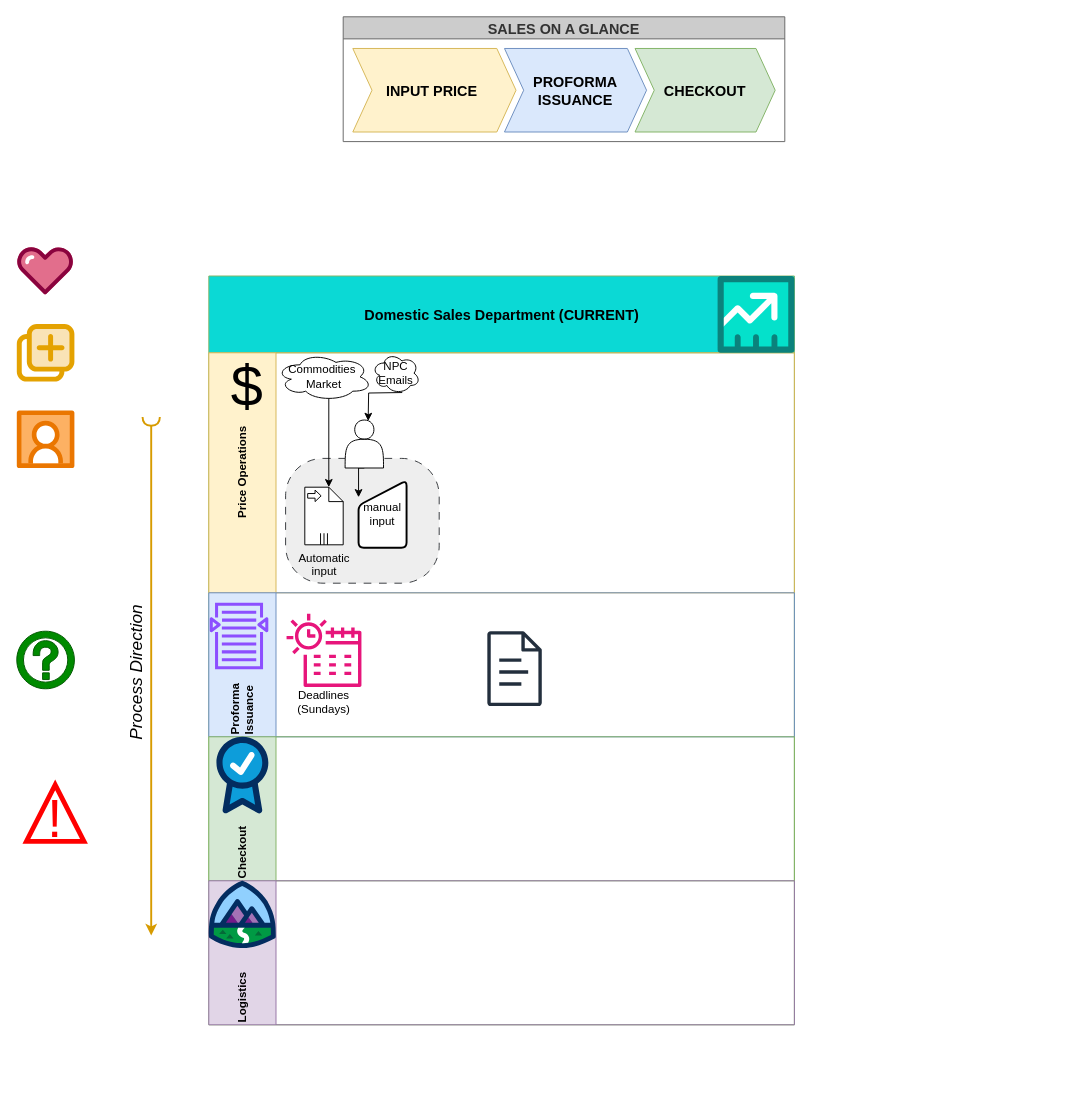
anonymoustafa/arpc-pd keeps this draw.io diagram as Untitled Diagram.drawio. Above is the earlier version. Source tidied: cells renumbered, new cells numbered last; positions are measured from the earlier drawing's top-left corner, leaving out a move shared by most shapes. Both pictures are drawn from the tidied source at 96%, with x=0, y=0 at pixel (16, 16). Pictures stored in the file or linked from it are replaced by grey dashed boxes.
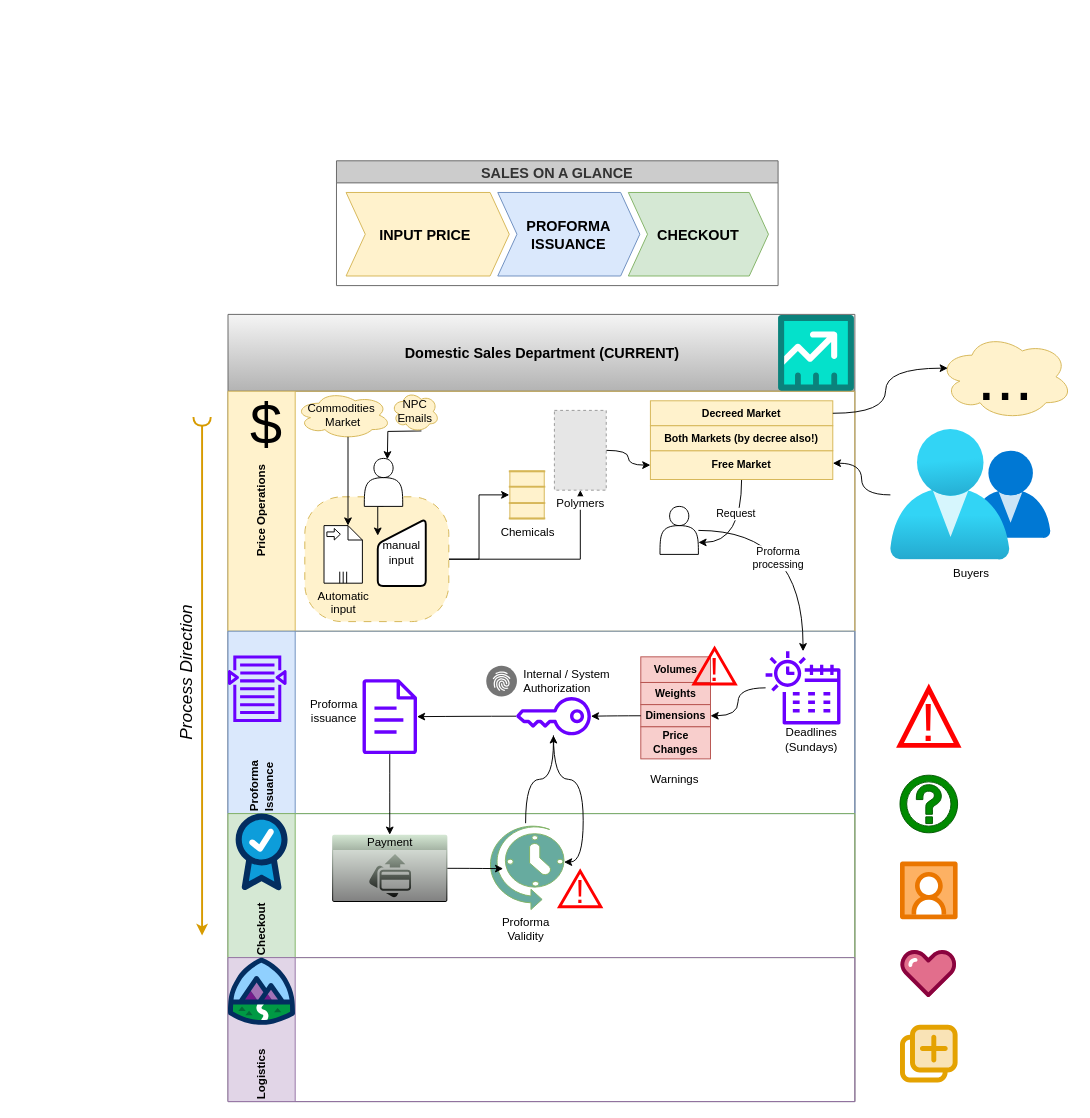
The same page after the edit.

The edit, as a diff of the source:
```diff
@@
-    <mxCell id="2" value="Domestic Sales Department (CURRENT)" style="swimlane;html=1;horizontal=1;startSize=80;rounded=0;shadow=0;labelBackgroundColor=none;strokeWidth=1;fontFamily=Helvetica;fontSize=15;align=center;fillColor=#0BD9D5;strokeColor=#82b366;" parent="1" vertex="1">
-      <mxGeometry x="200" y="270" width="610" height="780" as="geometry" />
+    <mxCell id="2" value="Domestic Sales Department (CURRENT)" style="swimlane;html=1;horizontal=1;startSize=80;rounded=0;shadow=0;labelBackgroundColor=none;strokeWidth=1;fontFamily=Helvetica;fontSize=15;align=center;fillColor=#f5f5f5;strokeColor=#666666;gradientColor=#b3b3b3;" parent="1" vertex="1">
+      <mxGeometry x="220" y="310" width="653" height="820" as="geometry" />
     </mxCell>
     <mxCell id="3" value="Price Operations" style="swimlane;html=1;startSize=70;horizontal=0;fillColor=#fff2cc;strokeColor=#d6b656;swimlaneFillColor=none;glass=0;rounded=0;shadow=0;" parent="2" vertex="1">
-      <mxGeometry y="80" width="610" height="250" as="geometry" />
+      <mxGeometry y="80" width="653" height="250" as="geometry" />
     </mxCell>
+    <mxCell id="38" style="edgeStyle=orthogonalEdgeStyle;rounded=0;jettySize=auto;html=1;exitX=1;exitY=0.5;exitDx=0;exitDy=0;" parent="3" edge="1" source="4" target="45">
+      <mxGeometry relative="1" as="geometry" />
+    </mxCell>
+    <mxCell id="39" style="edgeStyle=orthogonalEdgeStyle;rounded=0;jettySize=auto;html=1;exitX=1;exitY=0.5;exitDx=0;exitDy=0;" parent="3" edge="1" source="4" target="47">
+      <mxGeometry relative="1" as="geometry" />
+    </mxCell>
-    <mxCell id="4" style="rounded=1;whiteSpace=wrap;html=1;dashed=1;dashPattern=8 8;fillColor=#eeeeee;strokeColor=#36393d;arcSize=30;" parent="3" vertex="1">
-      <mxGeometry x="80" y="110" width="160" height="130" as="geometry" />
+    <mxCell id="4" style="rounded=1;whiteSpace=wrap;html=1;dashed=1;dashPattern=8 8;fillColor=#fff2cc;strokeColor=#d6b656;arcSize=30;" parent="3" vertex="1">
+      <mxGeometry x="80" y="110" width="150" height="130" as="geometry" />
     </mxCell>
-    <mxCell id="5" value="Commodities&amp;nbsp;&lt;div&gt;Market&lt;/div&gt;" style="ellipse;shape=cloud;whiteSpace=wrap;html=1;align=center;" parent="3" vertex="1">
+    <mxCell id="5" value="Commodities&amp;nbsp;&lt;div&gt;Market&lt;/div&gt;" style="ellipse;shape=cloud;whiteSpace=wrap;html=1;align=center;fillColor=#fff2cc;strokeColor=#d6b656;" parent="3" vertex="1">
       <mxGeometry x="70" width="100" height="50" as="geometry" />
     </mxCell>
@@
-    <mxCell id="9" value="&lt;div&gt;NPC&lt;/div&gt;&lt;div&gt;Emails&lt;/div&gt;" style="ellipse;shape=cloud;whiteSpace=wrap;html=1;align=center;" parent="3" vertex="1">
+    <mxCell id="9" value="&lt;div&gt;NPC&lt;/div&gt;&lt;div&gt;Emails&lt;/div&gt;" style="ellipse;shape=cloud;whiteSpace=wrap;html=1;align=center;fillColor=#fff2cc;strokeColor=#d6b656;" parent="3" vertex="1">
       <mxGeometry x="170" width="50" height="42.5" as="geometry" />
     </mxCell>
@@
+    <mxCell id="40" style="edgeStyle=orthogonalEdgeStyle;rounded=0;jettySize=auto;html=1;entryX=1;entryY=0.75;entryDx=0;entryDy=0;curved=1;" parent="3" edge="1" source="42" target="48">
+      <mxGeometry relative="1" as="geometry" />
+    </mxCell>
+    <mxCell id="41" value="Request" style="edgeLabel;html=1;align=center;verticalAlign=middle;" parent="40" vertex="1">
+      <mxGeometry x="-0.37" y="-7" relative="1" as="geometry" />
+    </mxCell>
+    <mxCell id="42" value="Free Market" style="strokeColor=inherit;fillColor=inherit;gradientColor=inherit;strokeWidth=1;shadow=0;dashed=0;align=center;html=1;shape=mxgraph.mockup.containers.rrect;rSize=0;fontSize=11;fontColor=#000000;fontStyle=1;whiteSpace=wrap;" parent="3" vertex="1">
+      <mxGeometry x="440" y="62" width="190" height="30" as="geometry" />
+    </mxCell>
+    <mxCell id="43" value="Decreed Market" style="strokeColor=inherit;fillColor=inherit;gradientColor=inherit;strokeWidth=1;shadow=0;dashed=0;align=center;html=1;shape=mxgraph.mockup.containers.rrect;rSize=0;fontSize=11;fontColor=#000000;fontStyle=1;whiteSpace=wrap;" parent="3" vertex="1">
+      <mxGeometry x="440" y="10" width="190" height="26" as="geometry" />
+    </mxCell>
+    <mxCell id="44" value="Both Markets (by decree also!)" style="strokeColor=inherit;fillColor=inherit;gradientColor=inherit;strokeWidth=1;shadow=0;dashed=0;align=center;html=1;shape=mxgraph.mockup.containers.rrect;rSize=0;fontSize=11;fontColor=#000000;fontStyle=1;whiteSpace=wrap;" parent="3" vertex="1">
+      <mxGeometry x="440" y="36" width="190" height="26" as="geometry" />
+    </mxCell>
+    <mxCell id="45" value="Chemicals" style="shape=mxgraph.pid.vessels.barrel,_drum;html=1;align=center;verticalLabelPosition=bottom;verticalAlign=top;dashed=0;fillColor=#fff2cc;strokeColor=#d6b656;" parent="3" vertex="1">
+      <mxGeometry x="293" y="83" width="37" height="50" as="geometry" />
+    </mxCell>
+    <mxCell id="46" style="edgeStyle=orthogonalEdgeStyle;rounded=0;jettySize=auto;html=1;curved=1;" parent="3" edge="1" source="47" target="42">
+      <mxGeometry relative="1" as="geometry" />
+    </mxCell>
+    <mxCell id="47" value="Polymers" style="fillColor=#E6E6E6;strokeColor=#999999;dashed=1;html=1;verticalLabelPosition=bottom;labelBackgroundColor=#ffffff;verticalAlign=top;" parent="3" vertex="1">
+      <mxGeometry x="340" y="20" width="54" height="83.1" as="geometry" />
+    </mxCell>
+    <mxCell id="48" style="shape=actor;whiteSpace=wrap;html=1;" parent="3" vertex="1">
+      <mxGeometry x="450" y="120" width="40" height="50" as="geometry" />
+    </mxCell>
     <mxCell id="14" value="Proforma&amp;nbsp;&lt;div&gt;Issuance&lt;/div&gt;" style="swimlane;html=1;startSize=70;horizontal=0;fillColor=#dae8fc;strokeColor=#6c8ebf;align=left;" parent="2" vertex="1">
-      <mxGeometry y="330" width="610" height="150" as="geometry" />
+      <mxGeometry y="330" width="653" height="190" as="geometry" />
     </mxCell>
-    <mxCell id="15" style="group;" parent="14" vertex="1">
-      <mxGeometry x="81" y="21" width="78" height="108" as="geometry" />
-    </mxCell>
+    <mxCell id="18" style="sketch=0;fontColor=#ffffff;fillColor=#6a00ff;strokeColor=#3700CC;dashed=0;verticalLabelPosition=bottom;verticalAlign=top;align=center;html=1;fontSize=12;fontStyle=0;shape=mxgraph.aws4.search_documents;" parent="14" vertex="1">
+      <mxGeometry y="25" width="61" height="70" as="geometry" />
+    </mxCell>
+    <mxCell id="19" style="sketch=0;outlineConnect=0;fillColor=#6a00ff;strokeColor=#3700CC;dashed=0;verticalLabelPosition=bottom;verticalAlign=top;align=center;html=1;fontSize=12;fontStyle=0;shape=mxgraph.aws4.document;fontColor=#ffffff;" parent="14" vertex="1">
+      <mxGeometry x="140" y="50" width="57" height="78" as="geometry" />
+    </mxCell>
+    <mxCell id="49" style="group;" parent="14" vertex="1">
+      <mxGeometry x="560" y="20" width="78" height="108" as="geometry" />
+    </mxCell>
-    <mxCell id="16" style="sketch=0;outlineConnect=0;fontColor=#232F3E;gradientColor=none;fillColor=#E7157B;strokeColor=none;dashed=0;verticalLabelPosition=bottom;verticalAlign=top;align=center;html=1;fontSize=12;fontStyle=0;shape=mxgraph.aws4.eventbridge_scheduler;" parent="15" vertex="1">
+    <mxCell id="16" style="sketch=0;outlineConnect=0;fillColor=#6a00ff;strokeColor=#3700CC;dashed=0;verticalLabelPosition=bottom;verticalAlign=top;align=center;html=1;fontSize=12;fontStyle=0;shape=mxgraph.aws4.eventbridge_scheduler;fontFamily=Helvetica;fontColor=#ffffff;" parent="49" vertex="1">
       <mxGeometry width="78" height="78" as="geometry" />
     </mxCell>
-    <mxCell id="17" value="Deadlines (Sundays)" style="text;html=1;align=center;verticalAlign=middle;whiteSpace=wrap;rounded=0;" parent="15" vertex="1">
-      <mxGeometry x="9" y="78" width="60" height="30" as="geometry" />
+    <mxCell id="17" value="Deadlines (Sundays)" style="text;html=1;align=center;verticalAlign=middle;whiteSpace=wrap;rounded=0;" parent="49" vertex="1">
+      <mxGeometry x="18" y="78" width="60" height="30" as="geometry" />
     </mxCell>
-    <mxCell id="18" style="sketch=0;fontColor=#232F3E;gradientColor=none;fillColor=#8C4FFF;strokeColor=none;dashed=0;verticalLabelPosition=bottom;verticalAlign=top;align=center;html=1;fontSize=12;fontStyle=0;shape=mxgraph.aws4.search_documents;" parent="14" vertex="1">
-      <mxGeometry x="1" y="10" width="61" height="70" as="geometry" />
-    </mxCell>
-    <mxCell id="19" style="sketch=0;outlineConnect=0;fontColor=#232F3E;gradientColor=none;fillColor=#232F3D;strokeColor=none;dashed=0;verticalLabelPosition=bottom;verticalAlign=top;align=center;html=1;fontSize=12;fontStyle=0;shape=mxgraph.aws4.document;" parent="14" vertex="1">
-      <mxGeometry x="290" y="40" width="57" height="78" as="geometry" />
-    </mxCell>
+    <mxCell id="50" style="group;" parent="14" vertex="1">
+      <mxGeometry x="440" y="18" width="110" height="123.4" as="geometry" />
+    </mxCell>
+    <mxCell id="51" value="Volumes" style="strokeColor=#b85450;fillColor=#f8cecc;strokeWidth=1;shadow=0;dashed=0;align=center;html=1;shape=mxgraph.mockup.containers.rrect;rSize=0;fontSize=11;fontStyle=1;whiteSpace=wrap;" parent="50" vertex="1">
+      <mxGeometry x="-10" y="8.7" width="72.6" height="26.7" as="geometry" />
+    </mxCell>
+    <mxCell id="52" value="Weights" style="strokeColor=#b85450;fillColor=#f8cecc;strokeWidth=1;shadow=0;dashed=0;align=center;html=1;shape=mxgraph.mockup.containers.rrect;rSize=0;fontSize=11;fontStyle=1;whiteSpace=wrap;" parent="50" vertex="1">
+      <mxGeometry x="-10" y="35.4" width="72.6" height="23.1" as="geometry" />
+    </mxCell>
+    <mxCell id="53" value="Dimensions" style="strokeColor=#b85450;fillColor=#f8cecc;strokeWidth=1;shadow=0;dashed=0;align=center;html=1;shape=mxgraph.mockup.containers.rrect;rSize=0;fontSize=11;fontStyle=1;whiteSpace=wrap;" parent="50" vertex="1">
+      <mxGeometry x="-10" y="58.5" width="72.6" height="23.1" as="geometry" />
+    </mxCell>
+    <mxCell id="54" style="group;fillColor=none;" parent="50" vertex="1">
+      <mxGeometry x="40" width="53.7" height="36.9" as="geometry" />
+    </mxCell>
+    <mxCell id="55" style="triangle;whiteSpace=wrap;html=1;rotation=-90;strokeWidth=3;fillColor=none;fontColor=#ffffff;strokeColor=#FF0000;fontSize=9;" parent="54" vertex="1">
+      <mxGeometry x="8.3" y="-3.1" width="37.1" height="43.1" as="geometry" />
+    </mxCell>
+    <mxCell id="56" value="!" style="text;html=1;align=center;verticalAlign=middle;whiteSpace=wrap;rounded=0;fontSize=35;fillColor=none;fontColor=#FF0000;strokeColor=none;" parent="54" vertex="1">
+      <mxGeometry y="7.8" width="53.7" height="26.7" as="geometry" />
+    </mxCell>
+    <mxCell id="57" value="Price Changes" style="strokeColor=#b85450;fillColor=#f8cecc;strokeWidth=1;shadow=0;dashed=0;align=center;html=1;shape=mxgraph.mockup.containers.rrect;rSize=0;fontSize=11;fontStyle=1;whiteSpace=wrap;" parent="50" vertex="1">
+      <mxGeometry x="-10" y="81.6" width="72.6" height="33.4" as="geometry" />
+    </mxCell>
+    <mxCell id="58" style="edgeStyle=orthogonalEdgeStyle;rounded=0;jettySize=auto;html=1;curved=1;" parent="14" edge="1" source="16" target="53">
+      <mxGeometry relative="1" as="geometry" />
+    </mxCell>
+    <mxCell id="59" style="strokeColor=none;shadow=1;strokeWidth=1;rounded=1;absoluteArcSize=1;arcSize=2;fillColor=none;fontColor=#ffffff;" parent="14" vertex="1">
+      <mxGeometry x="264" y="30" width="150" height="44" as="geometry" />
+    </mxCell>
+    <mxCell id="60" value="Internal / System&lt;br&gt;Authorization" style="sketch=0;dashed=0;html=1;fillColor=#757575;strokeColor=none;shape=mxgraph.gcp2.internal_payment_authorization;labelPosition=right;verticalLabelPosition=middle;align=left;verticalAlign=middle;spacingLeft=5;fontSize=12;" parent="59" vertex="1">
+      <mxGeometry y="0.5" width="32" height="32" relative="1" as="geometry">
+        <mxPoint x="5" y="-16" as="offset" />
+      </mxGeometry>
+    </mxCell>
+    <mxCell id="61" style="edgeStyle=orthogonalEdgeStyle;rounded=0;jettySize=auto;html=1;curved=1;" parent="14" edge="1" source="62" target="19">
+      <mxGeometry relative="1" as="geometry" />
+    </mxCell>
+    <mxCell id="62" style="sketch=0;outlineConnect=0;fontColor=#ffffff;gradientColor=none;fillColor=#6a00ff;strokeColor=#3700CC;dashed=0;verticalLabelPosition=bottom;verticalAlign=top;align=center;html=1;fontSize=12;fontStyle=0;shape=mxgraph.aws4.addon;rotation=-180;fontFamily=Helvetica;" parent="14" vertex="1">
+      <mxGeometry x="300" y="68.5" width="78" height="40" as="geometry" />
+    </mxCell>
+    <mxCell id="63" style="edgeStyle=orthogonalEdgeStyle;rounded=0;jettySize=auto;html=1;curved=1;" parent="14" edge="1" source="53" target="62">
+      <mxGeometry relative="1" as="geometry" />
+    </mxCell>
+    <mxCell id="64" value="Warnings" style="text;html=1;align=center;verticalAlign=middle;strokeColor=none;fillColor=none;" parent="14" vertex="1">
+      <mxGeometry x="430" y="140" width="70" height="30" as="geometry" />
+    </mxCell>
     <mxCell id="20" value="Checkout" style="swimlane;html=1;startSize=70;horizontal=0;fillColor=#d5e8d4;strokeColor=#82b366;align=left;" parent="2" vertex="1">
-      <mxGeometry y="480" width="610" height="150" as="geometry" />
+      <mxGeometry y="520" width="653" height="150" as="geometry" />
     </mxCell>
@@
+    <mxCell id="65" value="Payment" style="html=1;whiteSpace=wrap;strokeColor=none;fillColor=#d5e8d4;labelPosition=center;verticalLabelPosition=middle;verticalAlign=top;align=center;fontSize=12;outlineConnect=0;spacingTop=-6;sketch=0;shape=mxgraph.sitemap.payment;gradientColor=default;" parent="20" vertex="1">
+      <mxGeometry x="108.5" y="22" width="120" height="70" as="geometry" />
+    </mxCell>
+    <mxCell id="66" value="Proforma&lt;div&gt;Validity&lt;/div&gt;" style="verticalLabelPosition=bottom;html=1;verticalAlign=top;align=center;strokeColor=#82b366;fillColor=#67AB9F;shape=mxgraph.azure.scheduler;" parent="20" vertex="1">
+      <mxGeometry x="270" y="10" width="80" height="90" as="geometry" />
+    </mxCell>
+    <mxCell id="67" style="edgeStyle=orthogonalEdgeStyle;rounded=0;jettySize=auto;html=1;entryX=0.208;entryY=0.526;entryDx=0;entryDy=0;entryPerimeter=0;curved=1;" parent="20" edge="1" source="65" target="66">
+      <mxGeometry relative="1" as="geometry" />
+    </mxCell>
+    <mxCell id="68" style="group;fillColor=none;" parent="20" vertex="1">
+      <mxGeometry x="340" y="60" width="53.7" height="36.9" as="geometry" />
+    </mxCell>
+    <mxCell id="69" style="triangle;whiteSpace=wrap;html=1;rotation=-90;strokeWidth=3;fillColor=none;fontColor=#ffffff;strokeColor=#FF0000;fontSize=9;" parent="68" vertex="1">
+      <mxGeometry x="8.3" y="-3.1" width="37.1" height="43.1" as="geometry" />
+    </mxCell>
+    <mxCell id="70" value="!" style="text;html=1;align=center;verticalAlign=middle;whiteSpace=wrap;rounded=0;fontSize=35;fillColor=none;fontColor=#FF0000;strokeColor=none;" parent="68" vertex="1">
+      <mxGeometry y="7.8" width="53.7" height="26.7" as="geometry" />
+    </mxCell>
     <mxCell id="22" value="Logistics" style="swimlane;html=1;startSize=70;horizontal=0;fillColor=#e1d5e7;strokeColor=#9673a6;verticalAlign=middle;align=left;" parent="2" vertex="1">
-      <mxGeometry y="630" width="610" height="150" as="geometry" />
+      <mxGeometry y="670" width="653" height="150" as="geometry" />
     </mxCell>
@@
+    <mxCell id="71" style="edgeStyle=orthogonalEdgeStyle;rounded=0;jettySize=auto;html=1;curved=1;" parent="2" edge="1" source="19" target="65">
+      <mxGeometry relative="1" as="geometry" />
+    </mxCell>
+    <mxCell id="72" style="edgeStyle=orthogonalEdgeStyle;rounded=0;jettySize=auto;html=1;curved=1;" parent="2" edge="1" source="66" target="62">
+      <mxGeometry relative="1" as="geometry" />
+    </mxCell>
+    <mxCell id="73" style="edgeStyle=orthogonalEdgeStyle;rounded=0;jettySize=auto;html=1;entryX=1;entryY=0.45;entryDx=0;entryDy=0;entryPerimeter=0;curved=1;" parent="2" edge="1" source="62" target="66">
+      <mxGeometry relative="1" as="geometry" />
+    </mxCell>
+    <mxCell id="74" style="edgeStyle=orthogonalEdgeStyle;rounded=0;jettySize=auto;html=1;curved=1;" parent="2" edge="1" source="48" target="16">
+      <mxGeometry relative="1" as="geometry" />
+    </mxCell>
+    <mxCell id="75" value="Proforma&lt;div&gt;processing&lt;/div&gt;" style="edgeLabel;html=1;align=center;verticalAlign=middle;" parent="74" vertex="1">
+      <mxGeometry x="0.17" y="-27" relative="1" as="geometry" />
+    </mxCell>
     <mxCell id="24" style="endArrow=classic;html=1;rounded=0;strokeWidth=2;startArrow=halfCircle;startFill=0;fillColor=#ffe6cc;strokeColor=#d79b00;" parent="1" edge="1">
       <mxGeometry relative="1" as="geometry">
-        <mxPoint x="140" y="417" as="sourcePoint" />
-        <mxPoint x="140" y="957" as="targetPoint" />
+        <mxPoint x="193" y="417" as="sourcePoint" />
+        <mxPoint x="193" y="957" as="targetPoint" />
       </mxGeometry>
     </mxCell>
@@
     <mxCell id="26" value="SALES ON A GLANCE" style="swimlane;horizontal=1;fillColor=#CCCCCC;strokeColor=#666666;stackBorder=10;align=center;whiteSpace=wrap;html=1;rounded=0;shadow=0;strokeWidth=1;verticalAlign=middle;fontFamily=Helvetica;fontSize=15;fontColor=#333333;fontStyle=1;labelBackgroundColor=none;" parent="1" vertex="1">
-      <mxGeometry x="340" width="460" height="130" as="geometry" />
+      <mxGeometry x="333" y="150" width="460" height="130" as="geometry" />
     </mxCell>
@@
     <mxCell id="30" style="verticalLabelPosition=bottom;html=1;shape=mxgraph.salesforce.partners;" parent="1" vertex="1">
-      <mxGeometry y="320" width="60" height="60" as="geometry" />
+      <mxGeometry x="920" y="1050" width="60" height="60" as="geometry" />
     </mxCell>
     <mxCell id="31" style="verticalLabelPosition=bottom;html=1;shape=mxgraph.salesforce.social_studio;" parent="1" vertex="1">
-      <mxGeometry y="410" width="60" height="60" as="geometry" />
+      <mxGeometry x="920" y="880" width="60" height="60" as="geometry" />
     </mxCell>
     <mxCell id="32" style="verticalLabelPosition=bottom;html=1;shape=mxgraph.salesforce.service;" parent="1" vertex="1">
-      <mxGeometry y="240" width="60" height="49.2" as="geometry" />
+      <mxGeometry x="920" y="972" width="60" height="49.2" as="geometry" />
     </mxCell>
     <mxCell id="33" style="verticalLabelPosition=bottom;html=1;shape=mxgraph.salesforce.sales;" parent="1" vertex="1">
-      <mxGeometry x="730" y="270" width="80" height="80" as="geometry" />
+      <mxGeometry x="793" y="310" width="79" height="80" as="geometry" />
     </mxCell>
     <mxCell id="34" style="shape=mxgraph.signs.travel.information_1;html=1;verticalLabelPosition=bottom;verticalAlign=top;align=center;sketch=0;fillColor=#008a00;strokeColor=#005700;fontColor=#ffffff;" parent="1" vertex="1">
-      <mxGeometry y="640" width="60" height="60" as="geometry" />
+      <mxGeometry x="920" y="790" width="60" height="60" as="geometry" />
     </mxCell>
     <mxCell id="35" style="group;" parent="1" vertex="1">
-      <mxGeometry x="10" y="800" width="60" height="59" as="geometry" />
+      <mxGeometry x="920" y="700" width="60" height="59.5" as="geometry" />
     </mxCell>
@@
+    <mxCell id="76" value="&lt;font color=&quot;#000000&quot;&gt;Proforma&lt;/font&gt;&lt;div style=&quot;color: rgb(255, 255, 255);&quot;&gt;&lt;font color=&quot;#000000&quot;&gt;issuance&lt;/font&gt;&lt;/div&gt;" style="text;html=1;align=center;verticalAlign=middle;strokeColor=none;fillColor=none;" parent="1" vertex="1">
+      <mxGeometry x="295" y="703" width="70" height="40" as="geometry" />
+    </mxCell>
+    <mxCell id="77" value="&lt;font style=&quot;font-size: 70px;&quot;&gt;...&lt;/font&gt;" style="ellipse;shape=cloud;whiteSpace=wrap;html=1;align=center;fillColor=#fff2cc;strokeColor=#d6b656;verticalAlign=bottom;horizontal=1;" parent="1" vertex="1">
+      <mxGeometry x="960" y="330" width="140" height="90" as="geometry" />
+    </mxCell>
+    <mxCell id="78" value="Buyers" style="image;html=1;points=[];align=center;fontSize=12;image=img/lib/azure2/management_governance/My_Customers.svg;" parent="1" vertex="1">
+      <mxGeometry x="910" y="430" width="167.6" height="136" as="geometry" />
+    </mxCell>
+    <mxCell id="79" style="edgeStyle=orthogonalEdgeStyle;rounded=0;jettySize=auto;html=1;entryX=0.07;entryY=0.4;entryDx=0;entryDy=0;entryPerimeter=0;curved=1;" parent="1" edge="1" source="43" target="77">
+      <mxGeometry relative="1" as="geometry" />
+    </mxCell>
+    <mxCell id="80" style="edgeStyle=orthogonalEdgeStyle;rounded=0;jettySize=auto;html=1;entryX=1;entryY=0.433;entryDx=0;entryDy=0;entryPerimeter=0;curved=1;" parent="1" edge="1" source="78" target="42">
+      <mxGeometry relative="1" as="geometry" />
+    </mxCell>
```
